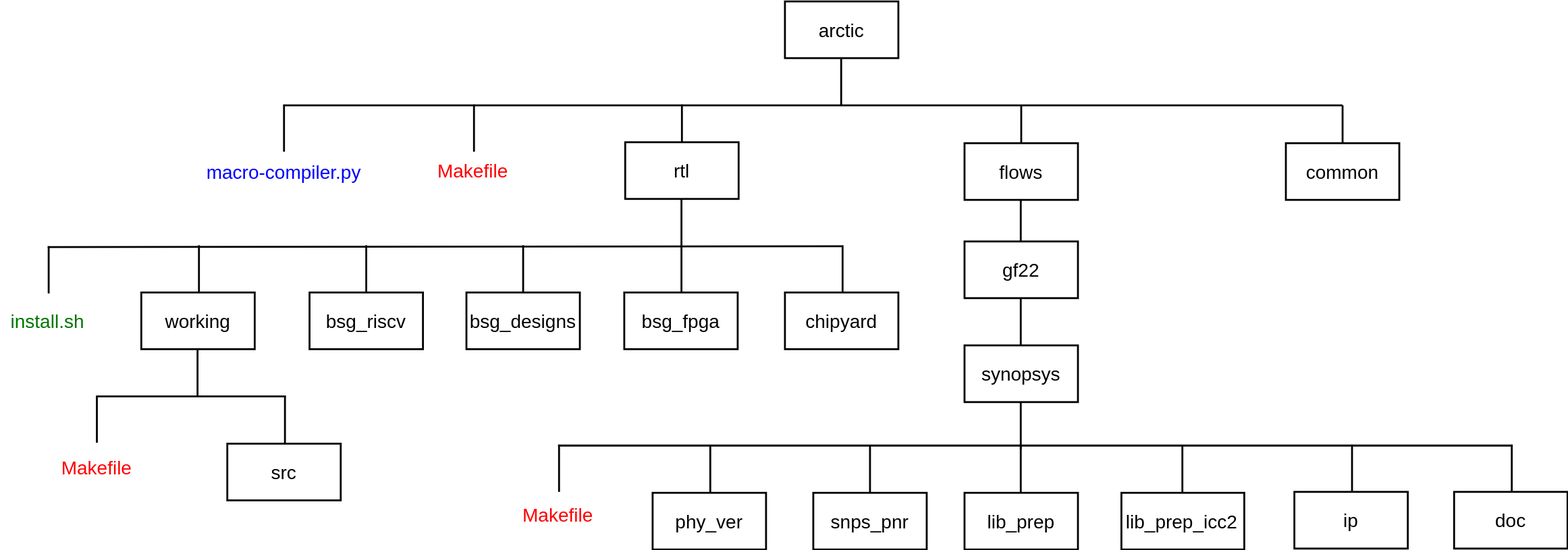
Earlier version of the draw.io export Roadmap.svg (abeyene/eecs4612-proj2). Source tidied: cells renumbered, new cells last; positions are measured from the earlier drawing's top-left corner, leaving out a move shared by most shapes. Its diagram source:
```xml
<mxGraphModel>
  <root>
    <mxCell id="0" />
    <mxCell id="1" parent="0" />
    <mxCell id="2" style="verticalLabelPosition=bottom;verticalAlign=top;html=1;shape=mxgraph.basic.rect;fillColor2=none;strokeWidth=2;size=20;indent=5;" parent="1" vertex="1">
      <mxGeometry x="830" width="120" height="60" as="geometry" />
    </mxCell>
    <mxCell id="3" value="&lt;font style=&quot;font-size: 20px;&quot;&gt;arctic&lt;/font&gt;" style="text;html=1;strokeColor=none;fillColor=none;align=center;verticalAlign=middle;whiteSpace=wrap;rounded=0;" parent="1" vertex="1">
      <mxGeometry x="860" y="15" width="60" height="30" as="geometry" />
    </mxCell>
    <mxCell id="4" style="endArrow=none;html=1;rounded=0;strokeWidth=2;" parent="1" edge="1">
      <mxGeometry relative="1" as="geometry">
        <mxPoint x="300" y="110" as="sourcePoint" />
        <mxPoint x="1140" y="110" as="targetPoint" />
      </mxGeometry>
    </mxCell>
    <mxCell id="5" style="endArrow=none;html=1;rounded=0;strokeWidth=2;" parent="1" edge="1">
      <mxGeometry relative="1" as="geometry">
        <mxPoint x="889.5" y="110" as="sourcePoint" />
        <mxPoint x="889.5" y="60" as="targetPoint" />
      </mxGeometry>
    </mxCell>
    <mxCell id="6" style="endArrow=none;html=1;rounded=0;strokeWidth=2;" parent="1" edge="1">
      <mxGeometry relative="1" as="geometry">
        <mxPoint x="721" y="149" as="sourcePoint" />
        <mxPoint x="721" y="109" as="targetPoint" />
      </mxGeometry>
    </mxCell>
    <mxCell id="7" style="rounded=0;whiteSpace=wrap;html=1;strokeWidth=2;" parent="1" vertex="1">
      <mxGeometry x="661" y="149" width="120" height="60" as="geometry" />
    </mxCell>
    <mxCell id="8" value="&lt;font style=&quot;font-size: 20px;&quot;&gt;rtl&lt;/font&gt;" style="text;html=1;strokeColor=none;fillColor=none;align=center;verticalAlign=middle;whiteSpace=wrap;rounded=0;" parent="1" vertex="1">
      <mxGeometry x="691" y="164" width="60" height="30" as="geometry" />
    </mxCell>
    <mxCell id="9" style="endArrow=none;html=1;rounded=0;strokeWidth=2;" parent="1" edge="1">
      <mxGeometry relative="1" as="geometry">
        <mxPoint x="720.5" y="259" as="sourcePoint" />
        <mxPoint x="720.5" y="209" as="targetPoint" />
      </mxGeometry>
    </mxCell>
    <mxCell id="10" style="endArrow=none;html=1;rounded=0;strokeWidth=2;" parent="1" edge="1">
      <mxGeometry relative="1" as="geometry">
        <mxPoint x="1080" y="150" as="sourcePoint" />
        <mxPoint x="1080" y="110" as="targetPoint" />
      </mxGeometry>
    </mxCell>
    <mxCell id="11" style="rounded=0;whiteSpace=wrap;html=1;strokeWidth=2;" parent="1" vertex="1">
      <mxGeometry x="1020" y="150" width="120" height="60" as="geometry" />
    </mxCell>
    <mxCell id="12" value="&lt;font style=&quot;font-size: 20px;&quot;&gt;flows&lt;/font&gt;" style="text;html=1;strokeColor=none;fillColor=none;align=center;verticalAlign=middle;whiteSpace=wrap;rounded=0;" parent="1" vertex="1">
      <mxGeometry x="1050" y="165" width="60" height="30" as="geometry" />
    </mxCell>
    <mxCell id="13" style="endArrow=none;html=1;rounded=0;strokeWidth=2;" parent="1" edge="1">
      <mxGeometry relative="1" as="geometry">
        <mxPoint x="1079.5" y="260" as="sourcePoint" />
        <mxPoint x="1079.5" y="210" as="targetPoint" />
      </mxGeometry>
    </mxCell>
    <mxCell id="14" style="rounded=0;whiteSpace=wrap;html=1;strokeWidth=2;" parent="1" vertex="1">
      <mxGeometry x="1020" y="254" width="120" height="60" as="geometry" />
    </mxCell>
    <mxCell id="15" value="&lt;font style=&quot;font-size: 20px;&quot;&gt;gf22&lt;/font&gt;" style="text;html=1;strokeColor=none;fillColor=none;align=center;verticalAlign=middle;whiteSpace=wrap;rounded=0;" parent="1" vertex="1">
      <mxGeometry x="1050" y="269" width="60" height="30" as="geometry" />
    </mxCell>
    <mxCell id="16" style="endArrow=none;html=1;rounded=0;strokeWidth=2;" parent="1" edge="1">
      <mxGeometry relative="1" as="geometry">
        <mxPoint x="1079.5" y="364" as="sourcePoint" />
        <mxPoint x="1079.5" y="314" as="targetPoint" />
      </mxGeometry>
    </mxCell>
    <mxCell id="17" style="rounded=0;whiteSpace=wrap;html=1;strokeWidth=2;" parent="1" vertex="1">
      <mxGeometry x="1020" y="364" width="120" height="60" as="geometry" />
    </mxCell>
    <mxCell id="18" value="&lt;font style=&quot;font-size: 20px;&quot;&gt;synopsys&lt;/font&gt;" style="text;html=1;strokeColor=none;fillColor=none;align=center;verticalAlign=middle;whiteSpace=wrap;rounded=0;" parent="1" vertex="1">
      <mxGeometry x="1050" y="379" width="60" height="30" as="geometry" />
    </mxCell>
    <mxCell id="19" style="endArrow=none;html=1;rounded=0;strokeWidth=2;" parent="1" edge="1">
      <mxGeometry relative="1" as="geometry">
        <mxPoint x="1079.5" y="474" as="sourcePoint" />
        <mxPoint x="1079.5" y="424" as="targetPoint" />
      </mxGeometry>
    </mxCell>
    <mxCell id="20" style="endArrow=none;html=1;rounded=0;strokeWidth=2;" parent="1" edge="1">
      <mxGeometry relative="1" as="geometry">
        <mxPoint x="1140" y="110" as="sourcePoint" />
        <mxPoint x="1420" y="110" as="targetPoint" />
      </mxGeometry>
    </mxCell>
    <mxCell id="21" style="endArrow=none;html=1;rounded=0;strokeWidth=2;" parent="1" edge="1">
      <mxGeometry relative="1" as="geometry">
        <mxPoint x="1420" y="150" as="sourcePoint" />
        <mxPoint x="1420" y="110" as="targetPoint" />
      </mxGeometry>
    </mxCell>
    <mxCell id="22" style="rounded=0;whiteSpace=wrap;html=1;strokeWidth=2;" parent="1" vertex="1">
      <mxGeometry x="1360" y="150" width="120" height="60" as="geometry" />
    </mxCell>
    <mxCell id="23" value="&lt;font style=&quot;font-size: 20px;&quot;&gt;common&lt;/font&gt;" style="text;html=1;strokeColor=none;fillColor=none;align=center;verticalAlign=middle;whiteSpace=wrap;rounded=0;" parent="1" vertex="1">
      <mxGeometry x="1390" y="165" width="60" height="30" as="geometry" />
    </mxCell>
    <mxCell id="24" style="endArrow=none;html=1;rounded=0;strokeWidth=2;" parent="1" edge="1">
      <mxGeometry relative="1" as="geometry">
        <mxPoint x="50" y="260" as="sourcePoint" />
        <mxPoint x="890" y="259" as="targetPoint" />
      </mxGeometry>
    </mxCell>
    <mxCell id="25" style="endArrow=none;html=1;rounded=0;strokeWidth=2;" parent="1" edge="1">
      <mxGeometry relative="1" as="geometry">
        <mxPoint x="210" y="308" as="sourcePoint" />
        <mxPoint x="210" y="258" as="targetPoint" />
      </mxGeometry>
    </mxCell>
    <mxCell id="26" style="endArrow=none;html=1;rounded=0;strokeWidth=2;" parent="1" edge="1">
      <mxGeometry relative="1" as="geometry">
        <mxPoint x="387" y="308" as="sourcePoint" />
        <mxPoint x="387" y="258" as="targetPoint" />
      </mxGeometry>
    </mxCell>
    <mxCell id="27" style="endArrow=none;html=1;rounded=0;strokeWidth=2;" parent="1" edge="1">
      <mxGeometry relative="1" as="geometry">
        <mxPoint x="891" y="308" as="sourcePoint" />
        <mxPoint x="891" y="258" as="targetPoint" />
      </mxGeometry>
    </mxCell>
    <mxCell id="28" style="rounded=0;whiteSpace=wrap;html=1;strokeWidth=2;" parent="1" vertex="1">
      <mxGeometry x="149" y="308" width="120" height="60" as="geometry" />
    </mxCell>
    <mxCell id="29" value="&lt;font style=&quot;font-size: 20px;&quot;&gt;working&lt;/font&gt;" style="text;html=1;strokeColor=none;fillColor=none;align=center;verticalAlign=middle;whiteSpace=wrap;rounded=0;" parent="1" vertex="1">
      <mxGeometry x="179" y="323" width="60" height="30" as="geometry" />
    </mxCell>
    <mxCell id="30" style="endArrow=none;html=1;rounded=0;strokeWidth=2;" parent="1" edge="1">
      <mxGeometry relative="1" as="geometry">
        <mxPoint x="208.5" y="418" as="sourcePoint" />
        <mxPoint x="208.5" y="368" as="targetPoint" />
      </mxGeometry>
    </mxCell>
    <mxCell id="31" style="rounded=0;whiteSpace=wrap;html=1;strokeWidth=2;" parent="1" vertex="1">
      <mxGeometry x="327" y="308" width="120" height="60" as="geometry" />
    </mxCell>
    <mxCell id="32" value="&lt;font style=&quot;font-size: 20px;&quot;&gt;bsg_riscv&lt;/font&gt;" style="text;html=1;strokeColor=none;fillColor=none;align=center;verticalAlign=middle;whiteSpace=wrap;rounded=0;" parent="1" vertex="1">
      <mxGeometry x="357" y="323" width="60" height="30" as="geometry" />
    </mxCell>
    <mxCell id="33" style="endArrow=none;html=1;rounded=0;strokeWidth=2;" parent="1" edge="1">
      <mxGeometry relative="1" as="geometry">
        <mxPoint x="553" y="308" as="sourcePoint" />
        <mxPoint x="553" y="258" as="targetPoint" />
      </mxGeometry>
    </mxCell>
    <mxCell id="34" style="rounded=0;whiteSpace=wrap;html=1;strokeWidth=2;" parent="1" vertex="1">
      <mxGeometry x="493" y="308" width="120" height="60" as="geometry" />
    </mxCell>
    <mxCell id="35" value="&lt;font style=&quot;font-size: 20px;&quot;&gt;bsg_designs&lt;/font&gt;" style="text;html=1;strokeColor=none;fillColor=none;align=center;verticalAlign=middle;whiteSpace=wrap;rounded=0;" parent="1" vertex="1">
      <mxGeometry x="523" y="323" width="60" height="30" as="geometry" />
    </mxCell>
    <mxCell id="36" style="endArrow=none;html=1;rounded=0;strokeWidth=2;" parent="1" edge="1">
      <mxGeometry relative="1" as="geometry">
        <mxPoint x="720.5" y="308" as="sourcePoint" />
        <mxPoint x="720.5" y="258" as="targetPoint" />
      </mxGeometry>
    </mxCell>
    <mxCell id="37" style="rounded=0;whiteSpace=wrap;html=1;strokeWidth=2;" parent="1" vertex="1">
      <mxGeometry x="660" y="308" width="120" height="60" as="geometry" />
    </mxCell>
    <mxCell id="38" value="&lt;font style=&quot;font-size: 20px;&quot;&gt;bsg_fpga&lt;/font&gt;" style="text;html=1;strokeColor=none;fillColor=none;align=center;verticalAlign=middle;whiteSpace=wrap;rounded=0;" parent="1" vertex="1">
      <mxGeometry x="690" y="323" width="60" height="30" as="geometry" />
    </mxCell>
    <mxCell id="39" style="endArrow=none;html=1;rounded=0;strokeWidth=2;" parent="1" edge="1">
      <mxGeometry relative="1" as="geometry">
        <mxPoint x="590" y="470" as="sourcePoint" />
        <mxPoint x="1600" y="470" as="targetPoint" />
      </mxGeometry>
    </mxCell>
    <mxCell id="40" style="endArrow=none;html=1;rounded=0;strokeWidth=2;" parent="1" edge="1">
      <mxGeometry relative="1" as="geometry">
        <mxPoint x="751" y="520" as="sourcePoint" />
        <mxPoint x="751" y="470" as="targetPoint" />
      </mxGeometry>
    </mxCell>
    <mxCell id="41" style="endArrow=none;html=1;rounded=0;strokeWidth=2;" parent="1" edge="1">
      <mxGeometry relative="1" as="geometry">
        <mxPoint x="920" y="520" as="sourcePoint" />
        <mxPoint x="920" y="470" as="targetPoint" />
      </mxGeometry>
    </mxCell>
    <mxCell id="42" style="endArrow=none;html=1;rounded=0;strokeWidth=2;" parent="1" edge="1">
      <mxGeometry relative="1" as="geometry">
        <mxPoint x="1430" y="519" as="sourcePoint" />
        <mxPoint x="1430" y="469" as="targetPoint" />
      </mxGeometry>
    </mxCell>
    <mxCell id="43" style="rounded=0;whiteSpace=wrap;html=1;strokeWidth=2;" parent="1" vertex="1">
      <mxGeometry x="690" y="520" width="120" height="60" as="geometry" />
    </mxCell>
    <mxCell id="44" value="&lt;font style=&quot;font-size: 20px;&quot;&gt;phy_ver&lt;/font&gt;" style="text;html=1;strokeColor=none;fillColor=none;align=center;verticalAlign=middle;whiteSpace=wrap;rounded=0;" parent="1" vertex="1">
      <mxGeometry x="720" y="535" width="60" height="30" as="geometry" />
    </mxCell>
    <mxCell id="45" style="rounded=0;whiteSpace=wrap;html=1;strokeWidth=2;" parent="1" vertex="1">
      <mxGeometry x="860" y="520" width="120" height="60" as="geometry" />
    </mxCell>
    <mxCell id="46" value="&lt;font style=&quot;font-size: 20px;&quot;&gt;snps_pnr&lt;/font&gt;" style="text;html=1;strokeColor=none;fillColor=none;align=center;verticalAlign=middle;whiteSpace=wrap;rounded=0;" parent="1" vertex="1">
      <mxGeometry x="890" y="535" width="60" height="30" as="geometry" />
    </mxCell>
    <mxCell id="47" style="endArrow=none;html=1;rounded=0;strokeWidth=2;" parent="1" edge="1">
      <mxGeometry relative="1" as="geometry">
        <mxPoint x="1079.5" y="520" as="sourcePoint" />
        <mxPoint x="1079.5" y="470" as="targetPoint" />
      </mxGeometry>
    </mxCell>
    <mxCell id="48" style="rounded=0;whiteSpace=wrap;html=1;strokeWidth=2;" parent="1" vertex="1">
      <mxGeometry x="1020" y="520" width="120" height="60" as="geometry" />
    </mxCell>
    <mxCell id="49" value="&lt;font style=&quot;font-size: 20px;&quot;&gt;lib_prep&lt;/font&gt;" style="text;html=1;strokeColor=none;fillColor=none;align=center;verticalAlign=middle;whiteSpace=wrap;rounded=0;" parent="1" vertex="1">
      <mxGeometry x="1050" y="535" width="60" height="30" as="geometry" />
    </mxCell>
    <mxCell id="50" style="endArrow=none;html=1;rounded=0;strokeWidth=2;" parent="1" edge="1">
      <mxGeometry relative="1" as="geometry">
        <mxPoint x="1250.5" y="520" as="sourcePoint" />
        <mxPoint x="1250.5" y="470" as="targetPoint" />
      </mxGeometry>
    </mxCell>
    <mxCell id="51" style="rounded=0;whiteSpace=wrap;html=1;strokeWidth=2;" parent="1" vertex="1">
      <mxGeometry x="1186" y="520" width="130" height="60" as="geometry" />
    </mxCell>
    <mxCell id="52" value="&lt;font style=&quot;font-size: 20px;&quot;&gt;lib_prep_icc2&lt;/font&gt;" style="text;html=1;strokeColor=none;fillColor=none;align=center;verticalAlign=middle;whiteSpace=wrap;rounded=0;" parent="1" vertex="1">
      <mxGeometry x="1220" y="535" width="60" height="30" as="geometry" />
    </mxCell>
    <mxCell id="53" style="endArrow=none;html=1;rounded=0;strokeWidth=2;" parent="1" edge="1">
      <mxGeometry relative="1" as="geometry">
        <mxPoint x="102" y="418" as="sourcePoint" />
        <mxPoint x="302" y="418" as="targetPoint" />
      </mxGeometry>
    </mxCell>
    <mxCell id="54" style="endArrow=none;html=1;rounded=0;strokeWidth=2;" parent="1" edge="1">
      <mxGeometry relative="1" as="geometry">
        <mxPoint x="301" y="468" as="sourcePoint" />
        <mxPoint x="301" y="418" as="targetPoint" />
      </mxGeometry>
    </mxCell>
    <mxCell id="55" style="rounded=0;whiteSpace=wrap;html=1;strokeWidth=2;" parent="1" vertex="1">
      <mxGeometry x="240" y="468" width="120" height="60" as="geometry" />
    </mxCell>
    <mxCell id="56" value="&lt;font style=&quot;font-size: 20px;&quot;&gt;src&lt;/font&gt;" style="text;html=1;strokeColor=none;fillColor=none;align=center;verticalAlign=middle;whiteSpace=wrap;rounded=0;" parent="1" vertex="1">
      <mxGeometry x="270" y="483" width="60" height="30" as="geometry" />
    </mxCell>
    <mxCell id="57" style="endArrow=none;html=1;rounded=0;strokeWidth=2;" parent="1" edge="1">
      <mxGeometry relative="1" as="geometry">
        <mxPoint x="102" y="467" as="sourcePoint" />
        <mxPoint x="102" y="417" as="targetPoint" />
      </mxGeometry>
    </mxCell>
    <mxCell id="58" value="&lt;font color=&quot;#ff0000&quot; style=&quot;font-size: 20px;&quot;&gt;Makefile&lt;/font&gt;" style="text;html=1;strokeColor=none;fillColor=none;align=center;verticalAlign=middle;whiteSpace=wrap;rounded=0;" parent="1" vertex="1">
      <mxGeometry x="52" y="478" width="100" height="30" as="geometry" />
    </mxCell>
    <mxCell id="59" style="rounded=0;whiteSpace=wrap;html=1;strokeWidth=2;" parent="1" vertex="1">
      <mxGeometry x="1369" y="519" width="120" height="60" as="geometry" />
    </mxCell>
    <mxCell id="60" value="&lt;font style=&quot;font-size: 20px;&quot;&gt;ip&lt;/font&gt;" style="text;html=1;strokeColor=none;fillColor=none;align=center;verticalAlign=middle;whiteSpace=wrap;rounded=0;" parent="1" vertex="1">
      <mxGeometry x="1399" y="534" width="60" height="30" as="geometry" />
    </mxCell>
    <mxCell id="61" style="endArrow=none;html=1;rounded=0;strokeWidth=2;" parent="1" edge="1">
      <mxGeometry relative="1" as="geometry">
        <mxPoint x="1599" y="519" as="sourcePoint" />
        <mxPoint x="1599" y="469" as="targetPoint" />
      </mxGeometry>
    </mxCell>
    <mxCell id="62" style="rounded=0;whiteSpace=wrap;html=1;strokeWidth=2;" parent="1" vertex="1">
      <mxGeometry x="1538" y="519" width="120" height="60" as="geometry" />
    </mxCell>
    <mxCell id="63" value="&lt;font style=&quot;font-size: 20px;&quot;&gt;doc&lt;/font&gt;" style="text;html=1;strokeColor=none;fillColor=none;align=center;verticalAlign=middle;whiteSpace=wrap;rounded=0;" parent="1" vertex="1">
      <mxGeometry x="1568" y="534" width="60" height="30" as="geometry" />
    </mxCell>
    <mxCell id="64" style="endArrow=none;html=1;rounded=0;strokeWidth=2;" parent="1" edge="1">
      <mxGeometry relative="1" as="geometry">
        <mxPoint x="591" y="519" as="sourcePoint" />
        <mxPoint x="591" y="469" as="targetPoint" />
      </mxGeometry>
    </mxCell>
    <mxCell id="65" value="&lt;font color=&quot;#ff0000&quot; style=&quot;font-size: 20px;&quot;&gt;Makefile&lt;/font&gt;" style="text;html=1;strokeColor=none;fillColor=none;align=center;verticalAlign=middle;whiteSpace=wrap;rounded=0;" parent="1" vertex="1">
      <mxGeometry x="540" y="528" width="100" height="30" as="geometry" />
    </mxCell>
    <mxCell id="66" style="endArrow=none;html=1;rounded=0;strokeWidth=2;" parent="1" edge="1">
      <mxGeometry relative="1" as="geometry">
        <mxPoint x="501" y="159" as="sourcePoint" />
        <mxPoint x="501" y="109" as="targetPoint" />
      </mxGeometry>
    </mxCell>
    <mxCell id="67" value="&lt;font color=&quot;#ff0000&quot; style=&quot;font-size: 20px;&quot;&gt;Makefile&lt;/font&gt;" style="text;html=1;strokeColor=none;fillColor=none;align=center;verticalAlign=middle;whiteSpace=wrap;rounded=0;" parent="1" vertex="1">
      <mxGeometry x="450" y="164" width="100" height="30" as="geometry" />
    </mxCell>
    <mxCell id="68" style="endArrow=none;html=1;rounded=0;strokeWidth=2;" parent="1" edge="1">
      <mxGeometry relative="1" as="geometry">
        <mxPoint x="51" y="309" as="sourcePoint" />
        <mxPoint x="51" y="259" as="targetPoint" />
      </mxGeometry>
    </mxCell>
    <mxCell id="69" value="&lt;font color=&quot;#007500&quot; style=&quot;font-size: 20px;&quot;&gt;install.sh&lt;/font&gt;" style="text;html=1;strokeColor=none;fillColor=none;align=center;verticalAlign=middle;whiteSpace=wrap;rounded=0;" parent="1" vertex="1">
      <mxGeometry y="323" width="100" height="30" as="geometry" />
    </mxCell>
    <mxCell id="70" style="endArrow=none;html=1;rounded=0;strokeWidth=2;" parent="1" edge="1">
      <mxGeometry relative="1" as="geometry">
        <mxPoint x="300" y="159" as="sourcePoint" />
        <mxPoint x="300" y="109" as="targetPoint" />
      </mxGeometry>
    </mxCell>
    <mxCell id="71" value="&lt;font color=&quot;#0000ff&quot; style=&quot;font-size: 20px;&quot;&gt;macro-compiler.py&lt;/font&gt;" style="text;html=1;strokeColor=none;fillColor=none;align=center;verticalAlign=middle;whiteSpace=wrap;rounded=0;" parent="1" vertex="1">
      <mxGeometry x="210" y="165" width="180" height="30" as="geometry" />
    </mxCell>
    <mxCell id="72" style="rounded=0;whiteSpace=wrap;html=1;strokeWidth=2;" parent="1" vertex="1">
      <mxGeometry x="830" y="308" width="120" height="60" as="geometry" />
    </mxCell>
    <mxCell id="73" value="&lt;font style=&quot;font-size: 20px;&quot;&gt;chipyard&lt;/font&gt;" style="text;html=1;strokeColor=none;fillColor=none;align=center;verticalAlign=middle;whiteSpace=wrap;rounded=0;" parent="1" vertex="1">
      <mxGeometry x="860" y="323" width="60" height="30" as="geometry" />
    </mxCell>
  </root>
</mxGraphModel>
```
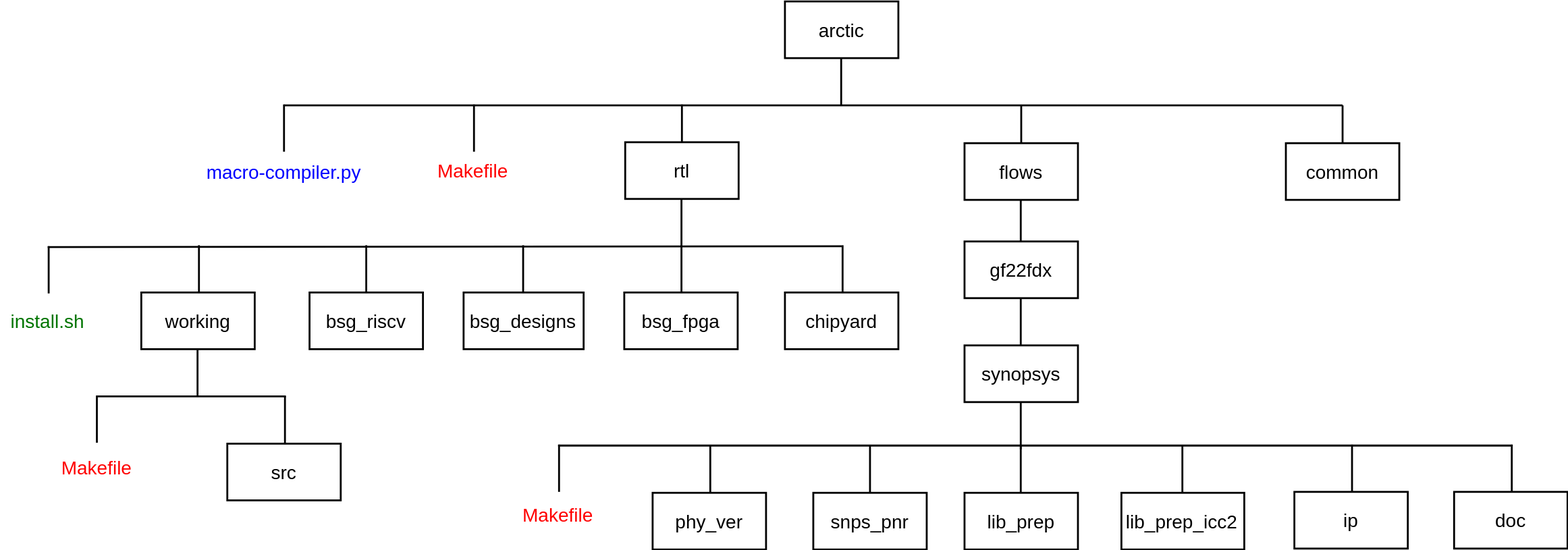
After the commit.

What changed in the source:
```diff
@@ -59,7 +59,7 @@
     <mxCell id="14" style="rounded=0;whiteSpace=wrap;html=1;strokeWidth=2;" parent="1" vertex="1">
       <mxGeometry x="1020" y="254" width="120" height="60" as="geometry" />
     </mxCell>
-    <mxCell id="15" value="&lt;font style=&quot;font-size: 20px;&quot;&gt;gf22&lt;/font&gt;" style="text;html=1;strokeColor=none;fillColor=none;align=center;verticalAlign=middle;whiteSpace=wrap;rounded=0;" parent="1" vertex="1">
+    <mxCell id="15" value="&lt;font style=&quot;font-size: 20px;&quot;&gt;gf22fdx&lt;/font&gt;" style="text;html=1;strokeColor=none;fillColor=none;align=center;verticalAlign=middle;whiteSpace=wrap;rounded=0;" parent="1" vertex="1">
       <mxGeometry x="1050" y="269" width="60" height="30" as="geometry" />
     </mxCell>
     <mxCell id="16" style="endArrow=none;html=1;rounded=0;strokeWidth=2;" parent="1" edge="1">
@@ -147,7 +147,7 @@
       </mxGeometry>
     </mxCell>
     <mxCell id="34" style="rounded=0;whiteSpace=wrap;html=1;strokeWidth=2;" parent="1" vertex="1">
-      <mxGeometry x="493" y="308" width="120" height="60" as="geometry" />
+      <mxGeometry x="490" y="308" width="127" height="60" as="geometry" />
     </mxCell>
     <mxCell id="35" value="&lt;font style=&quot;font-size: 20px;&quot;&gt;bsg_designs&lt;/font&gt;" style="text;html=1;strokeColor=none;fillColor=none;align=center;verticalAlign=middle;whiteSpace=wrap;rounded=0;" parent="1" vertex="1">
       <mxGeometry x="523" y="323" width="60" height="30" as="geometry" />
```
